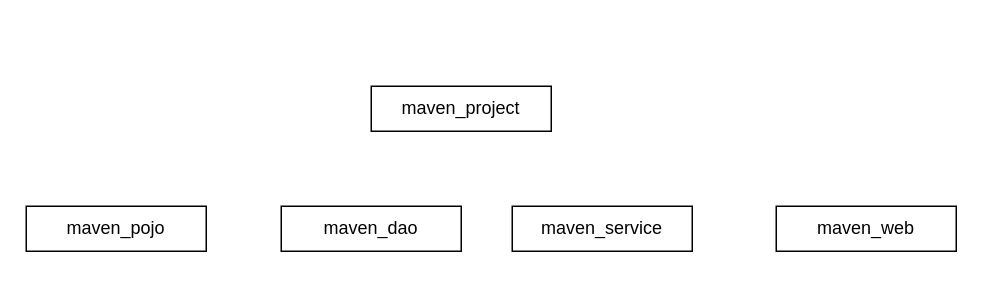
yumengmeng0/drowio-files keeps this draw.io diagram as 未命名绘图.drawio. Above is the earlier version. Source tidied: cells renumbered, new cells numbered last; positions are measured from the earlier drawing's top-left corner, leaving out a move shared by most shapes. Both pictures are drawn from the tidied source at 150%, with x=0, y=0 at pixel (26, 86).
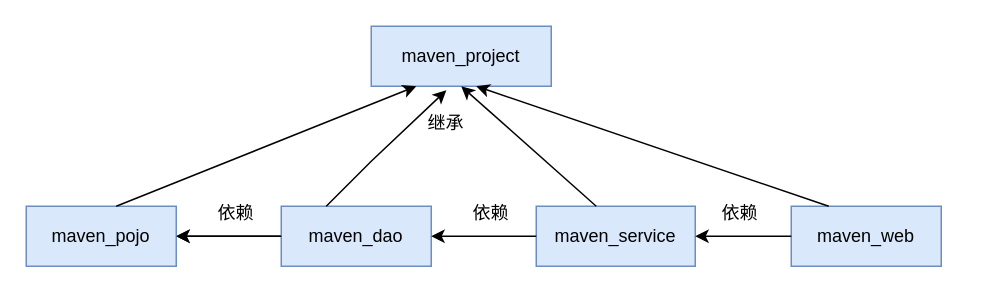
After the change.

Commit message:
maven工程分模块.drawio

The edit, as a diff of the source:
```diff
@@
+    <mxCell id="7" style="edgeStyle=orthogonalEdgeStyle;rounded=0;jettySize=auto;html=1;" parent="1" edge="1" source="2" target="3">
+      <mxGeometry relative="1" as="geometry" />
+    </mxCell>
-    <mxCell id="2" value="&lt;div&gt;maven_dao&lt;/div&gt;" style="rounded=0;whiteSpace=wrap;html=1;" parent="1" vertex="1">
-      <mxGeometry x="170" y="80" width="120" height="30" as="geometry" />
+    <mxCell id="2" value="&lt;div&gt;maven_dao&lt;/div&gt;" style="rounded=0;whiteSpace=wrap;html=1;fillColor=#dae8fc;strokeColor=#6c8ebf;" parent="1" vertex="1">
+      <mxGeometry x="170" y="80" width="100" height="40" as="geometry" />
     </mxCell>
-    <mxCell id="3" value="maven_pojo" style="rounded=0;whiteSpace=wrap;html=1;" parent="1" vertex="1">
-      <mxGeometry y="80" width="120" height="30" as="geometry" />
+    <mxCell id="3" value="maven_pojo" style="rounded=0;whiteSpace=wrap;html=1;fillColor=#dae8fc;strokeColor=#6c8ebf;" parent="1" vertex="1">
+      <mxGeometry y="80" width="100" height="40" as="geometry" />
     </mxCell>
-    <mxCell id="4" value="maven_project" style="rounded=0;whiteSpace=wrap;html=1;" parent="1" vertex="1">
-      <mxGeometry x="230" width="120" height="30" as="geometry" />
+    <mxCell id="4" value="maven_project" style="rounded=0;whiteSpace=wrap;html=1;fillColor=#dae8fc;strokeColor=#6c8ebf;" parent="1" vertex="1">
+      <mxGeometry x="230" y="-40" width="120" height="40" as="geometry" />
     </mxCell>
-    <mxCell id="5" value="maven_service" style="rounded=0;whiteSpace=wrap;html=1;" parent="1" vertex="1">
-      <mxGeometry x="324" y="80" width="120" height="30" as="geometry" />
+    <mxCell id="5" value="maven_service" style="rounded=0;whiteSpace=wrap;html=1;fillColor=#dae8fc;strokeColor=#6c8ebf;" parent="1" vertex="1">
+      <mxGeometry x="340" y="80" width="106" height="40" as="geometry" />
     </mxCell>
-    <mxCell id="6" value="maven_web" style="rounded=0;whiteSpace=wrap;html=1;" parent="1" vertex="1">
-      <mxGeometry x="500" y="80" width="120" height="30" as="geometry" />
+    <mxCell id="6" value="maven_web" style="rounded=0;whiteSpace=wrap;html=1;fillColor=#dae8fc;strokeColor=#6c8ebf;" parent="1" vertex="1">
+      <mxGeometry x="510" y="80" width="100" height="40" as="geometry" />
     </mxCell>
+    <mxCell id="8" style="endArrow=classic;html=1;rounded=0;entryX=0.417;entryY=1.067;entryDx=0;entryDy=0;entryPerimeter=0;" parent="1" edge="1" target="4">
+      <mxGeometry relative="1" as="geometry">
+        <mxPoint x="200" y="80" as="sourcePoint" />
+        <Array as="points">
+          <mxPoint x="230" y="50" />
+        </Array>
+      </mxGeometry>
+    </mxCell>
+    <mxCell id="9" style="endArrow=classic;html=1;rounded=0;entryX=0.25;entryY=1;entryDx=0;entryDy=0;" parent="1" edge="1" target="4">
+      <mxGeometry relative="1" as="geometry">
+        <mxPoint x="60" y="80" as="sourcePoint" />
+      </mxGeometry>
+    </mxCell>
+    <mxCell id="10" style="endArrow=classic;html=1;rounded=0;entryX=0.5;entryY=1;entryDx=0;entryDy=0;" parent="1" edge="1" target="4">
+      <mxGeometry relative="1" as="geometry">
+        <mxPoint x="380" y="80" as="sourcePoint" />
+      </mxGeometry>
+    </mxCell>
+    <mxCell id="11" style="endArrow=classic;html=1;rounded=0;entryX=0.583;entryY=1;entryDx=0;entryDy=0;entryPerimeter=0;" parent="1" edge="1" target="4">
+      <mxGeometry relative="1" as="geometry">
+        <mxPoint x="535" y="80" as="sourcePoint" />
+      </mxGeometry>
+    </mxCell>
+    <mxCell id="12" style="endArrow=classic;html=1;rounded=0;exitX=0;exitY=0.5;exitDx=0;exitDy=0;entryX=1;entryY=0.5;entryDx=0;entryDy=0;exitPerimeter=0;" parent="1" edge="1" source="2" target="3">
+      <mxGeometry relative="1" as="geometry" />
+    </mxCell>
+    <mxCell id="13" style="endArrow=classic;html=1;rounded=0;exitX=0;exitY=0.5;exitDx=0;exitDy=0;entryX=1;entryY=0.5;entryDx=0;entryDy=0;" parent="1" edge="1" source="5" target="2">
+      <mxGeometry relative="1" as="geometry" />
+    </mxCell>
+    <mxCell id="14" style="endArrow=classic;html=1;rounded=0;exitX=0;exitY=0.5;exitDx=0;exitDy=0;entryX=1;entryY=0.5;entryDx=0;entryDy=0;" parent="1" edge="1" source="6" target="5">
+      <mxGeometry relative="1" as="geometry" />
+    </mxCell>
+    <mxCell id="15" value="依赖" style="text;html=1;strokeColor=none;fillColor=none;align=center;verticalAlign=middle;whiteSpace=wrap;rounded=0;" parent="1" vertex="1">
+      <mxGeometry x="110" y="70" width="60" height="30" as="geometry" />
+    </mxCell>
+    <mxCell id="16" value="依赖" style="text;html=1;strokeColor=none;fillColor=none;align=center;verticalAlign=middle;whiteSpace=wrap;rounded=0;" parent="1" vertex="1">
+      <mxGeometry x="280" y="70" width="60" height="30" as="geometry" />
+    </mxCell>
+    <mxCell id="17" value="依赖" style="text;html=1;strokeColor=none;fillColor=none;align=center;verticalAlign=middle;whiteSpace=wrap;rounded=0;" parent="1" vertex="1">
+      <mxGeometry x="446" y="70" width="60" height="30" as="geometry" />
+    </mxCell>
+    <mxCell id="18" value="继承" style="text;html=1;strokeColor=none;fillColor=none;align=center;verticalAlign=middle;whiteSpace=wrap;rounded=0;" parent="1" vertex="1">
+      <mxGeometry x="200" y="10" width="160" height="30" as="geometry" />
+    </mxCell>
```
